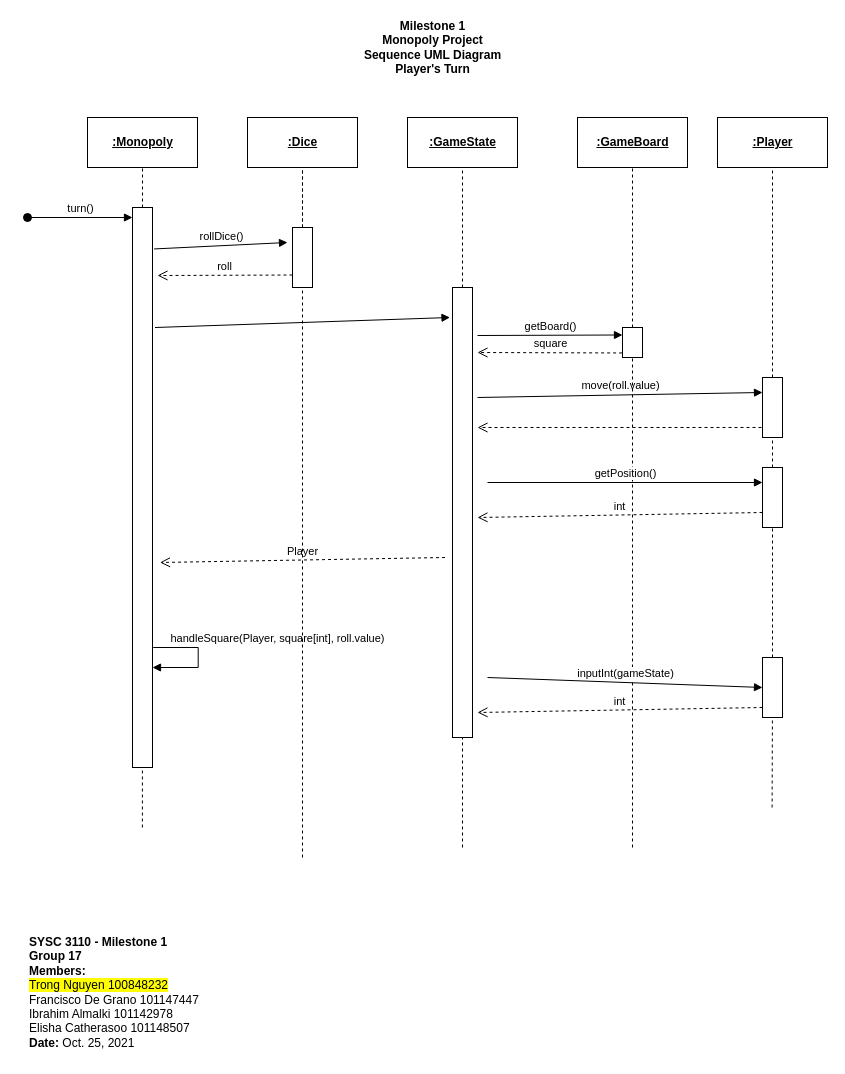
trong0dn/monopoly keeps this draw.io diagram as page "SequenceUML_4" (5 of 5) of M1_ClassUML.drawio. Above is the earlier version. Source tidied: cells renumbered, new cells numbered last; positions are measured from the earlier drawing's top-left corner, leaving out a move shared by most shapes. Both pictures are drawn from the tidied source at 100%, with x=0, y=0 at pixel (27, 17).
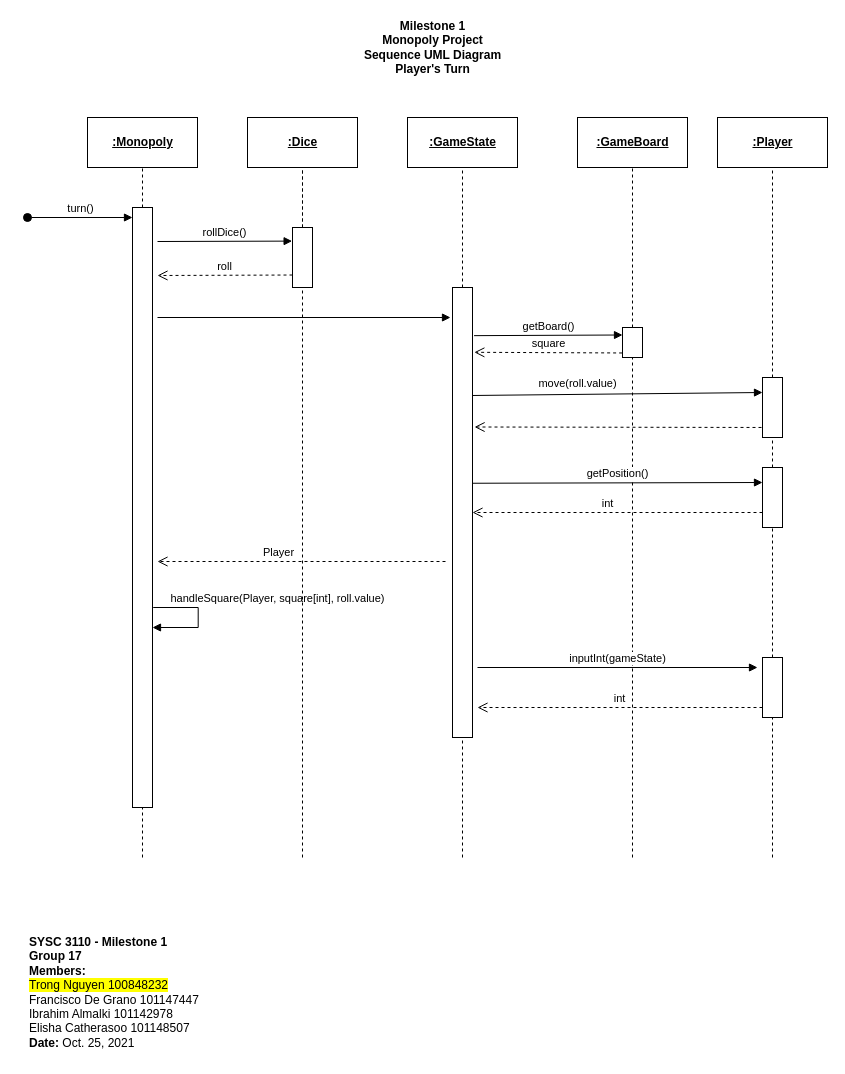
The same diagram, later.

Unchanged cells that the change refers to:
```xml
<mxCell id="11" style="rounded=0;whiteSpace=wrap;html=1;align=left;" parent="1" vertex="1">
  <mxGeometry x="265" y="210" width="20" height="60" as="geometry" />
</mxCell>
<mxCell id="16" style="rounded=0;whiteSpace=wrap;html=1;align=left;" parent="1" vertex="1">
  <mxGeometry x="595" y="310" width="20" height="30" as="geometry" />
</mxCell>
<mxCell id="25" style="rounded=0;whiteSpace=wrap;html=1;align=left;" parent="1" vertex="1">
  <mxGeometry x="735" y="360" width="20" height="60" as="geometry" />
</mxCell>
<mxCell id="29" style="rounded=0;whiteSpace=wrap;html=1;align=left;" parent="1" vertex="1">
  <mxGeometry x="735" y="450" width="20" height="60" as="geometry" />
</mxCell>
<mxCell id="32" style="rounded=0;whiteSpace=wrap;html=1;align=left;" parent="1" vertex="1">
  <mxGeometry x="425" y="270" width="20" height="450" as="geometry" />
</mxCell>
<mxCell id="40" style="rounded=0;whiteSpace=wrap;html=1;align=left;" parent="1" vertex="1">
  <mxGeometry x="735" y="640" width="20" height="60" as="geometry" />
</mxCell>
```

Change to the diagram source:
```diff
@@
     <mxCell id="6" style="endArrow=none;dashed=1;html=1;rounded=0;" parent="1" edge="1" target="7">
       <mxGeometry relative="1" as="geometry">
-        <mxPoint x="114.9" y="810" as="sourcePoint" />
+        <mxPoint x="115" y="840" as="sourcePoint" />
       </mxGeometry>
     </mxCell>
     <mxCell id="7" style="rounded=0;whiteSpace=wrap;html=1;align=left;" parent="1" vertex="1">
-      <mxGeometry x="105" y="190" width="20" height="560" as="geometry" />
+      <mxGeometry x="105" y="190" width="20" height="600" as="geometry" />
     </mxCell>
@@
-    <mxCell id="12" value="rollDice()" style="html=1;verticalAlign=bottom;endArrow=block;rounded=0;exitX=1.082;exitY=0.074;exitDx=0;exitDy=0;exitPerimeter=0;" parent="1" edge="1" source="7">
+    <mxCell id="12" value="rollDice()" style="html=1;verticalAlign=bottom;endArrow=block;rounded=0;entryX=-0.019;entryY=0.227;entryDx=0;entryDy=0;entryPerimeter=0;" parent="1" edge="1" target="11">
       <mxGeometry relative="1" as="geometry">
-        <mxPoint x="260" y="225" as="targetPoint" />
+        <mxPoint x="130" y="224" as="sourcePoint" />
       </mxGeometry>
     </mxCell>
@@
-    <mxCell id="19" value="getBoard()" style="html=1;verticalAlign=bottom;endArrow=block;rounded=0;entryX=0;entryY=0.25;entryDx=0;entryDy=0;" parent="1" edge="1" target="16">
-      <mxGeometry relative="1" as="geometry">
-        <mxPoint x="450" y="318" as="sourcePoint" />
-      </mxGeometry>
+    <mxCell id="19" value="getBoard()" style="html=1;verticalAlign=bottom;endArrow=block;rounded=0;entryX=0;entryY=0.25;entryDx=0;entryDy=0;exitX=1.078;exitY=0.107;exitDx=0;exitDy=0;exitPerimeter=0;" parent="1" edge="1" source="32" target="16">
+      <mxGeometry relative="1" as="geometry" />
     </mxCell>
-    <mxCell id="20" value="square" style="html=1;verticalAlign=bottom;endArrow=open;dashed=1;endSize=8;rounded=0;exitX=-0.018;exitY=0.849;exitDx=0;exitDy=0;exitPerimeter=0;" parent="1" edge="1" source="16">
-      <mxGeometry relative="1" as="geometry">
-        <mxPoint x="450" y="335" as="targetPoint" />
-      </mxGeometry>
+    <mxCell id="20" value="square" style="html=1;verticalAlign=bottom;endArrow=open;dashed=1;endSize=8;rounded=0;exitX=-0.018;exitY=0.849;exitDx=0;exitDy=0;exitPerimeter=0;entryX=1.092;entryY=0.144;entryDx=0;entryDy=0;entryPerimeter=0;" parent="1" edge="1" source="16" target="32">
+      <mxGeometry relative="1" as="geometry" />
     </mxCell>
-    <mxCell id="21" value="move(roll.value)" style="html=1;verticalAlign=bottom;endArrow=block;rounded=0;entryX=0;entryY=0.25;entryDx=0;entryDy=0;" parent="1" edge="1" target="25">
-      <mxGeometry relative="1" as="geometry">
-        <mxPoint x="450" y="380" as="sourcePoint" />
-      </mxGeometry>
+    <mxCell id="21" value="move(roll.value)" style="html=1;verticalAlign=bottom;endArrow=block;rounded=0;entryX=0;entryY=0.25;entryDx=0;entryDy=0;exitX=0.943;exitY=0.24;exitDx=0;exitDy=0;exitPerimeter=0;" parent="1" edge="1" source="32" target="25">
+      <mxGeometry x="-0.27" y="2" relative="1" as="geometry" />
     </mxCell>
-    <mxCell id="22" style="html=1;verticalAlign=bottom;endArrow=open;dashed=1;endSize=8;rounded=0;exitX=0.25;exitY=0.833;exitDx=0;exitDy=0;exitPerimeter=0;" parent="1" edge="1" source="25">
-      <mxGeometry relative="1" as="geometry">
-        <mxPoint x="450" y="410" as="targetPoint" />
-      </mxGeometry>
+    <mxCell id="22" style="html=1;verticalAlign=bottom;endArrow=open;dashed=1;endSize=8;rounded=0;exitX=0.25;exitY=0.833;exitDx=0;exitDy=0;exitPerimeter=0;entryX=1.103;entryY=0.31;entryDx=0;entryDy=0;entryPerimeter=0;" parent="1" edge="1" source="25" target="32">
+      <mxGeometry relative="1" as="geometry" />
     </mxCell>
     <mxCell id="23" style="endArrow=none;dashed=1;html=1;rounded=0;" parent="1" edge="1" target="16">
       <mxGeometry relative="1" as="geometry">
-        <mxPoint x="605" y="830" as="sourcePoint" />
+        <mxPoint x="605" y="840" as="sourcePoint" />
       </mxGeometry>
     </mxCell>
@@
     <mxCell id="28" value="handleSquare(Player, square[int], roll.value)" style="html=1;verticalAlign=bottom;endArrow=block;rounded=0;exitX=1.002;exitY=0.095;exitDx=0;exitDy=0;exitPerimeter=0;" parent="1" edge="1">
       <mxGeometry x="-0.19" y="79" relative="1" as="geometry">
-        <mxPoint x="125.7" y="630" as="sourcePoint" />
-        <mxPoint x="125" y="650" as="targetPoint" />
+        <mxPoint x="125.7" y="590" as="sourcePoint" />
+        <mxPoint x="125" y="610" as="targetPoint" />
         <Array as="points">
-          <mxPoint x="170.7" y="630" />
-          <mxPoint x="170.7" y="650" />
+          <mxPoint x="170.7" y="590" />
+          <mxPoint x="170.7" y="610" />
         </Array>
       </mxGeometry>
     </mxCell>
@@
-    <mxCell id="30" value="getPosition()" style="html=1;verticalAlign=bottom;endArrow=block;rounded=0;entryX=0;entryY=0.25;entryDx=0;entryDy=0;" parent="1" edge="1" target="29">
-      <mxGeometry relative="1" as="geometry">
-        <mxPoint x="460" y="465" as="sourcePoint" />
-      </mxGeometry>
+    <mxCell id="30" value="getPosition()" style="html=1;verticalAlign=bottom;endArrow=block;rounded=0;entryX=0;entryY=0.25;entryDx=0;entryDy=0;exitX=1.025;exitY=0.435;exitDx=0;exitDy=0;exitPerimeter=0;" parent="1" edge="1" source="32" target="29">
+      <mxGeometry relative="1" as="geometry" />
     </mxCell>
     <mxCell id="31" style="endArrow=none;dashed=1;html=1;rounded=0;" parent="1" edge="1" target="32">
       <mxGeometry relative="1" as="geometry">
-        <mxPoint x="435" y="830" as="sourcePoint" />
+        <mxPoint x="435" y="840" as="sourcePoint" />
       </mxGeometry>
     </mxCell>
@@
-    <mxCell id="35" value="int" style="html=1;verticalAlign=bottom;endArrow=open;dashed=1;endSize=8;rounded=0;exitX=0;exitY=0.75;exitDx=0;exitDy=0;" parent="1" edge="1" source="29">
-      <mxGeometry relative="1" as="geometry">
-        <mxPoint x="450" y="500" as="targetPoint" />
-      </mxGeometry>
+    <mxCell id="35" value="int" style="html=1;verticalAlign=bottom;endArrow=open;dashed=1;endSize=8;rounded=0;exitX=0;exitY=0.75;exitDx=0;exitDy=0;" parent="1" edge="1" source="29" target="32">
+      <mxGeometry x="0.07" relative="1" as="geometry" />
     </mxCell>
-    <mxCell id="36" style="html=1;verticalAlign=bottom;endArrow=block;rounded=0;exitX=1.202;exitY=0.207;exitDx=0;exitDy=0;exitPerimeter=0;" parent="1" edge="1">
+    <mxCell id="36" style="html=1;verticalAlign=bottom;endArrow=block;rounded=0;" parent="1" edge="1">
       <mxGeometry relative="1" as="geometry">
-        <mxPoint x="127.5" y="310" as="sourcePoint" />
-        <mxPoint x="422.5" y="300" as="targetPoint" />
+        <mxPoint x="130" y="300" as="sourcePoint" />
+        <mxPoint x="423" y="300" as="targetPoint" />
       </mxGeometry>
     </mxCell>
@@
-    <mxCell id="38" value="Player" style="html=1;verticalAlign=bottom;endArrow=open;dashed=1;endSize=8;rounded=0;exitX=0;exitY=0.75;exitDx=0;exitDy=0;" parent="1" edge="1">
-      <mxGeometry relative="1" as="geometry">
-        <mxPoint x="417.5" y="540" as="sourcePoint" />
-        <mxPoint x="132.5" y="545" as="targetPoint" />
+    <mxCell id="38" value="Player" style="html=1;verticalAlign=bottom;endArrow=open;dashed=1;endSize=8;rounded=0;" parent="1" edge="1">
+      <mxGeometry x="0.16" relative="1" as="geometry">
+        <mxPoint x="418" y="544" as="sourcePoint" />
+        <mxPoint x="130" y="544" as="targetPoint" />
       </mxGeometry>
     </mxCell>
@@
-    <mxCell id="41" value="inputInt(gameState)" style="html=1;verticalAlign=bottom;endArrow=block;rounded=0;entryX=0;entryY=0.5;entryDx=0;entryDy=0;" parent="1" edge="1" target="40">
+    <mxCell id="41" value="inputInt(gameState)" style="html=1;verticalAlign=bottom;endArrow=block;rounded=0;" parent="1" edge="1">
       <mxGeometry relative="1" as="geometry">
-        <mxPoint x="460" y="660" as="sourcePoint" />
+        <mxPoint x="450" y="650" as="sourcePoint" />
+        <mxPoint x="730" y="650" as="targetPoint" />
       </mxGeometry>
     </mxCell>
     <mxCell id="42" style="endArrow=none;dashed=1;html=1;rounded=0;" parent="1" edge="1" target="40">
       <mxGeometry relative="1" as="geometry">
-        <mxPoint x="744.6" y="790" as="sourcePoint" />
+        <mxPoint x="745" y="840" as="sourcePoint" />
       </mxGeometry>
     </mxCell>
     <mxCell id="43" value="int" style="html=1;verticalAlign=bottom;endArrow=open;dashed=1;endSize=8;rounded=0;exitX=0;exitY=0.75;exitDx=0;exitDy=0;" parent="1" edge="1">
       <mxGeometry relative="1" as="geometry">
         <mxPoint x="735" y="690" as="sourcePoint" />
-        <mxPoint x="450" y="695" as="targetPoint" />
+        <mxPoint x="450" y="690" as="targetPoint" />
       </mxGeometry>
     </mxCell>
```
